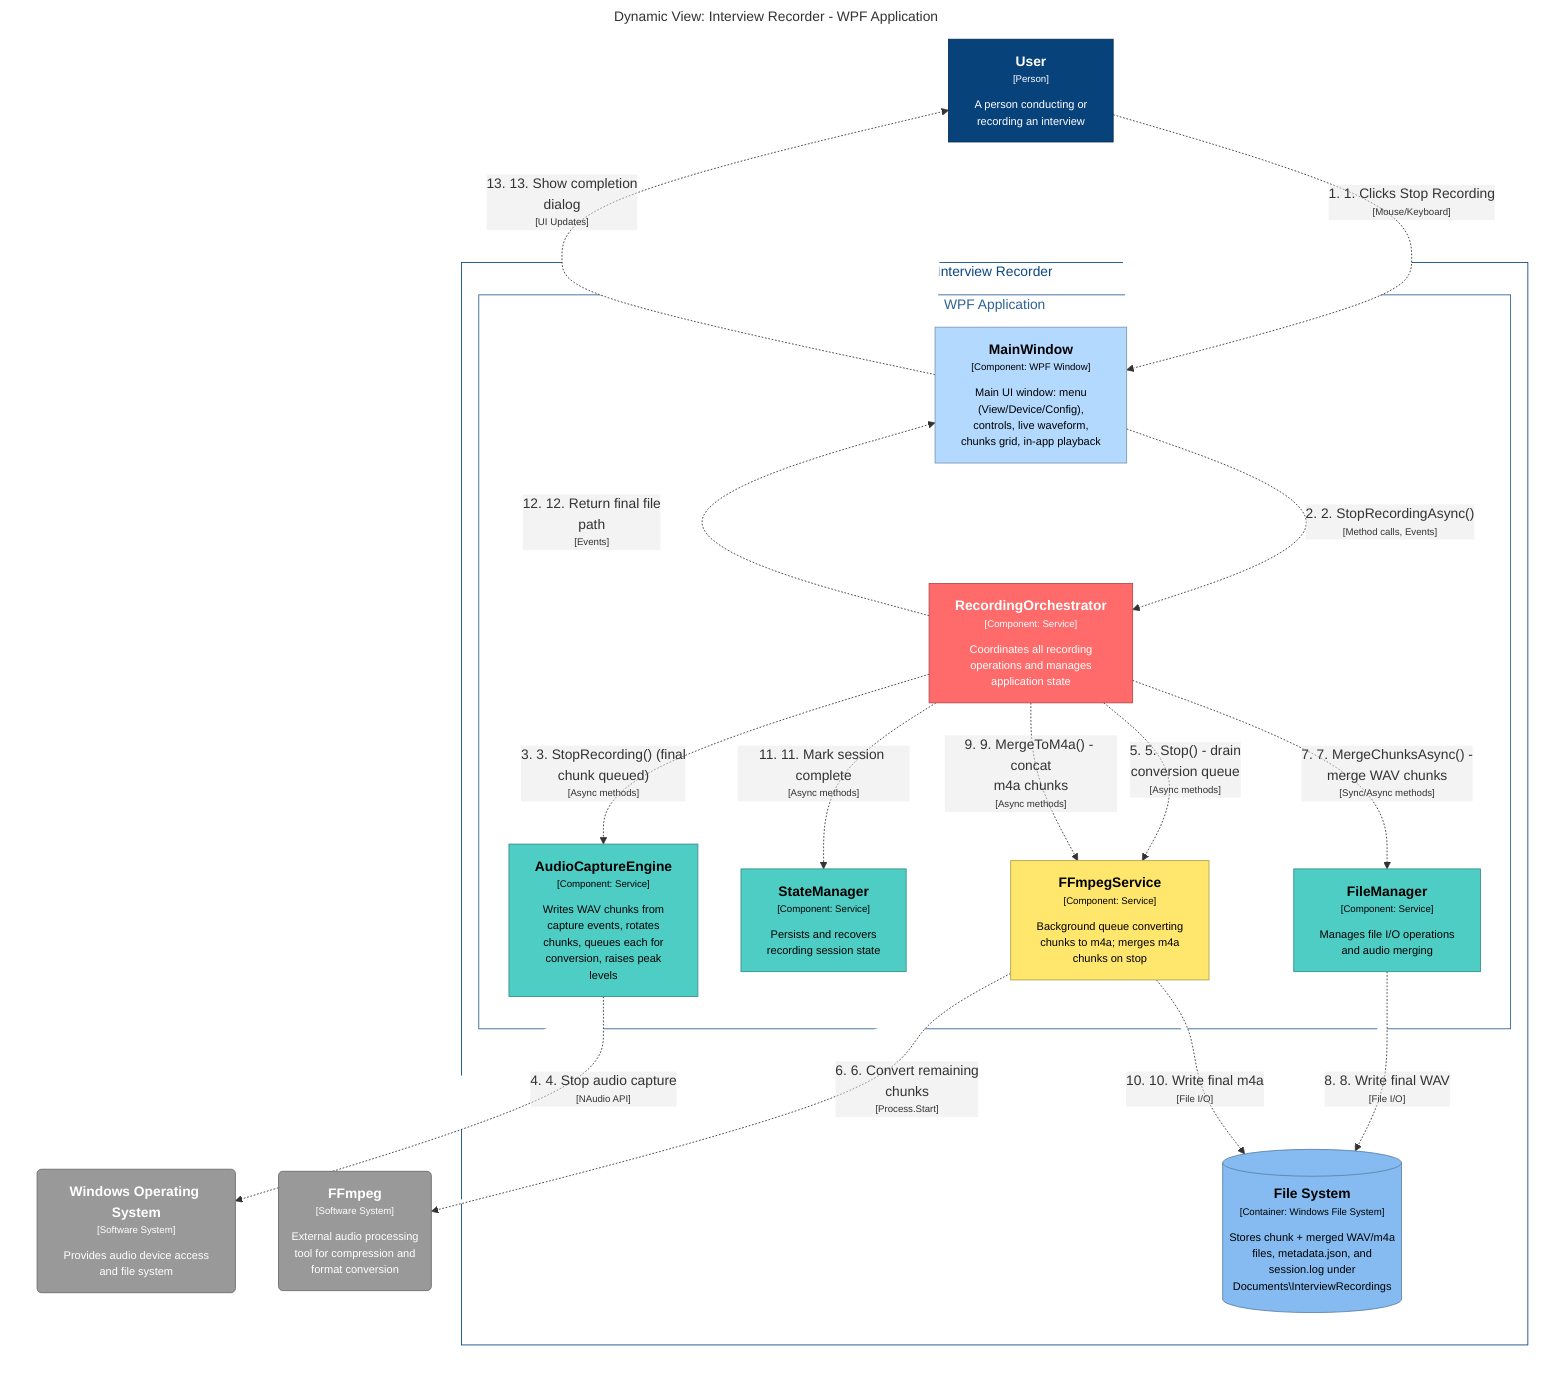
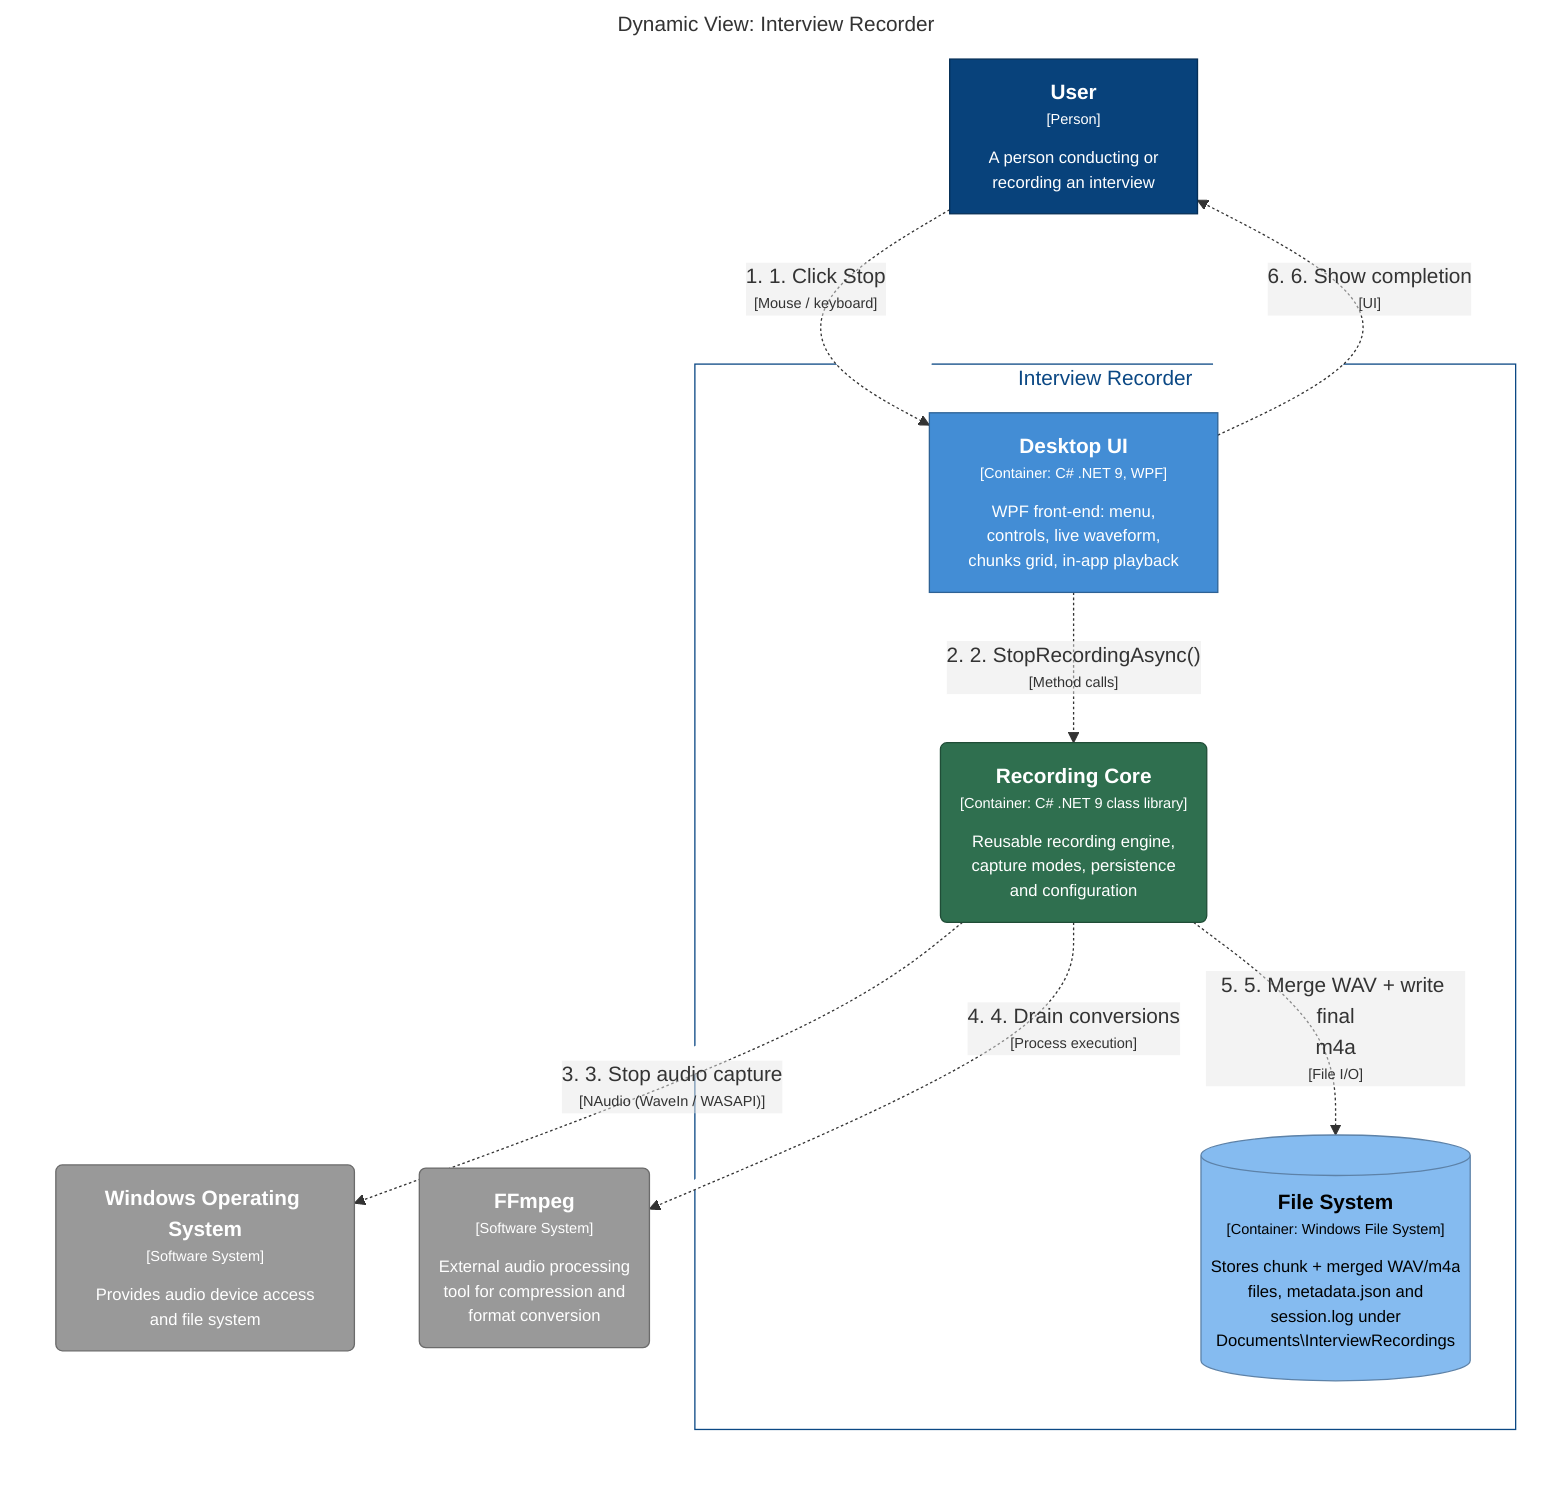
graph LR
  linkStyle default fill:#ffffff

-   subgraph diagram ["Dynamic View: Interview Recorder - WPF Application"]
+   subgraph diagram ["Dynamic View: Interview Recorder"]
    style diagram fill:#ffffff,stroke:#ffffff
- 
-     1["<div style='font-weight: bold'>User</div><div style='font-size: 70%; margin-top: 0px'>[Person]</div><div style='font-size: 80%; margin-top:10px'>A person conducting or<br />recording an interview</div>"]
-     style 1 fill:#08427b,stroke:#052e56,color:#ffffff
- 
-     2("<div style='font-weight: bold'>Windows Operating System</div><div style='font-size: 70%; margin-top: 0px'>[Software System]</div><div style='font-size: 80%; margin-top:10px'>Provides audio device access<br />and file system</div>")
-     style 2 fill:#999999,stroke:#6b6b6b,color:#ffffff
-     3("<div style='font-weight: bold'>FFmpeg</div><div style='font-size: 70%; margin-top: 0px'>[Software System]</div><div style='font-size: 80%; margin-top:10px'>External audio processing<br />tool for compression and<br />format conversion</div>")
-     style 3 fill:#999999,stroke:#6b6b6b,color:#ffffff

    subgraph 4 ["Interview Recorder"]
      style 4 fill:#ffffff,stroke:#0b4884,color:#0b4884

-       subgraph 5 ["WPF Application"]
-         style 5 fill:#ffffff,stroke:#2e6295,color:#2e6295
- 
-         10["<div style='font-weight: bold'>FileManager</div><div style='font-size: 70%; margin-top: 0px'>[Component: Service]</div><div style='font-size: 80%; margin-top:10px'>Manages file I/O operations<br />and audio merging</div>"]
-         style 10 fill:#4ecdc4,stroke:#368f89,color:#000000
-         14["<div style='font-weight: bold'>FFmpegService</div><div style='font-size: 70%; margin-top: 0px'>[Component: Service]</div><div style='font-size: 80%; margin-top:10px'>Background queue converting<br />chunks to m4a; merges m4a<br />chunks on stop</div>"]
-         style 14 fill:#ffe66d,stroke:#b2a14c,color:#000000
-         6["<div style='font-weight: bold'>MainWindow</div><div style='font-size: 70%; margin-top: 0px'>[Component: WPF Window]</div><div style='font-size: 80%; margin-top:10px'>Main UI window: menu<br />(View/Device/Config),<br />controls, live waveform,<br />chunks grid, in-app playback</div>"]
-         style 6 fill:#b3d9ff,stroke:#7d97b2,color:#000000
-         7["<div style='font-weight: bold'>RecordingOrchestrator</div><div style='font-size: 70%; margin-top: 0px'>[Component: Service]</div><div style='font-size: 80%; margin-top:10px'>Coordinates all recording<br />operations and manages<br />application state</div>"]
-         style 7 fill:#ff6b6b,stroke:#b24a4a,color:#ffffff
-         8["<div style='font-weight: bold'>AudioCaptureEngine</div><div style='font-size: 70%; margin-top: 0px'>[Component: Service]</div><div style='font-size: 80%; margin-top:10px'>Writes WAV chunks from<br />capture events, rotates<br />chunks, queues each for<br />conversion, raises peak<br />levels</div>"]
-         style 8 fill:#4ecdc4,stroke:#368f89,color:#000000
-         9["<div style='font-weight: bold'>StateManager</div><div style='font-size: 70%; margin-top: 0px'>[Component: Service]</div><div style='font-size: 80%; margin-top:10px'>Persists and recovers<br />recording session state</div>"]
-         style 9 fill:#4ecdc4,stroke:#368f89,color:#000000
-       end
- 
-       53[("<div style='font-weight: bold'>File System</div><div style='font-size: 70%; margin-top: 0px'>[Container: Windows File System]</div><div style='font-size: 80%; margin-top:10px'>Stores chunk + merged WAV/m4a<br />files, metadata.json, and<br />session.log under<br />Documents\InterviewRecordings</div>")]
-       style 53 fill:#85bbf0,stroke:#5d82a8,color:#000000
+       42[("<div style='font-weight: bold'>File System</div><div style='font-size: 70%; margin-top: 0px'>[Container: Windows File System]</div><div style='font-size: 80%; margin-top:10px'>Stores chunk + merged WAV/m4a<br />files, metadata.json and<br />session.log under<br />Documents\InterviewRecordings</div>")]
+       style 42 fill:#85bbf0,stroke:#5d82a8,color:#000000
+       5["<div style='font-weight: bold'>Desktop UI</div><div style='font-size: 70%; margin-top: 0px'>[Container: C# .NET 9, WPF]</div><div style='font-size: 80%; margin-top:10px'>WPF front-end: menu,<br />controls, live waveform,<br />chunks grid, in-app playback</div>"]
+       style 5 fill:#438dd5,stroke:#2e6295,color:#ffffff
+       7("<div style='font-weight: bold'>Recording Core</div><div style='font-size: 70%; margin-top: 0px'>[Container: C# .NET 9 class library]</div><div style='font-size: 80%; margin-top:10px'>Reusable recording engine,<br />capture modes, persistence<br />and configuration</div>")
+       style 7 fill:#2f6f4f,stroke:#204d37,color:#ffffff
    end

    1["<div style='font-weight: bold'>User</div><div style='font-size: 70%; margin-top: 0px'>[Person]</div><div style='font-size: 80%; margin-top:10px'>A person conducting or<br />recording an interview</div>"]
    style 1 fill:#08427b,stroke:#052e56,color:#ffffff
    2("<div style='font-weight: bold'>Windows Operating System</div><div style='font-size: 70%; margin-top: 0px'>[Software System]</div><div style='font-size: 80%; margin-top:10px'>Provides audio device access<br />and file system</div>")
    style 2 fill:#999999,stroke:#6b6b6b,color:#ffffff
    3("<div style='font-weight: bold'>FFmpeg</div><div style='font-size: 70%; margin-top: 0px'>[Software System]</div><div style='font-size: 80%; margin-top:10px'>External audio processing<br />tool for compression and<br />format conversion</div>")
    style 3 fill:#999999,stroke:#6b6b6b,color:#ffffff
-     53[("<div style='font-weight: bold'>File System</div><div style='font-size: 70%; margin-top: 0px'>[Container: Windows File System]</div><div style='font-size: 80%; margin-top:10px'>Stores chunk + merged WAV/m4a<br />files, metadata.json, and<br />session.log under<br />Documents\InterviewRecordings</div>")]
-     style 53 fill:#85bbf0,stroke:#5d82a8,color:#000000

-     1-. "<div>1. 1. Clicks Stop Recording</div><div style='font-size: 70%'>[Mouse/Keyboard]</div>" .->6
-     6-. "<div>2. 2. StopRecordingAsync()</div><div style='font-size: 70%'>[Method calls, Events]</div>" .->7
-     7-. "<div>3. 3. StopRecording() (final<br />chunk queued)</div><div style='font-size: 70%'>[Async methods]</div>" .->8
-     8-. "<div>4. 4. Stop audio capture</div><div style='font-size: 70%'>[NAudio API]</div>" .->2
-     7-. "<div>5. 5. Stop() - drain<br />conversion queue</div><div style='font-size: 70%'>[Async methods]</div>" .->14
-     14-. "<div>6. 6. Convert remaining<br />chunks</div><div style='font-size: 70%'>[Process.Start]</div>" .->3
-     7-. "<div>7. 7. MergeChunksAsync() -<br />merge WAV chunks</div><div style='font-size: 70%'>[Sync/Async methods]</div>" .->10
-     10-. "<div>8. 8. Write final WAV</div><div style='font-size: 70%'>[File I/O]</div>" .->53
-     7-. "<div>9. 9. MergeToM4a() - concat<br />m4a chunks</div><div style='font-size: 70%'>[Async methods]</div>" .->14
-     14-. "<div>10. 10. Write final m4a</div><div style='font-size: 70%'>[File I/O]</div>" .->53
-     7-. "<div>11. 11. Mark session complete</div><div style='font-size: 70%'>[Async methods]</div>" .->9
-     7-. "<div>12. 12. Return final file<br />path</div><div style='font-size: 70%'>[Events]</div>" .->6
-     6-. "<div>13. 13. Show completion<br />dialog</div><div style='font-size: 70%'>[UI Updates]</div>" .->1
+     1-. "<div>1. 1. Click Stop</div><div style='font-size: 70%'>[Mouse / keyboard]</div>" .->5
+     5-. "<div>2. 2. StopRecordingAsync()</div><div style='font-size: 70%'>[Method calls]</div>" .->7
+     7-. "<div>3. 3. Stop audio capture</div><div style='font-size: 70%'>[NAudio (WaveIn / WASAPI)]</div>" .->2
+     7-. "<div>4. 4. Drain conversions</div><div style='font-size: 70%'>[Process execution]</div>" .->3
+     7-. "<div>5. 5. Merge WAV + write final<br />m4a</div><div style='font-size: 70%'>[File I/O]</div>" .->42
+     5-. "<div>6. 6. Show completion</div><div style='font-size: 70%'>[UI]</div>" .->1

  end